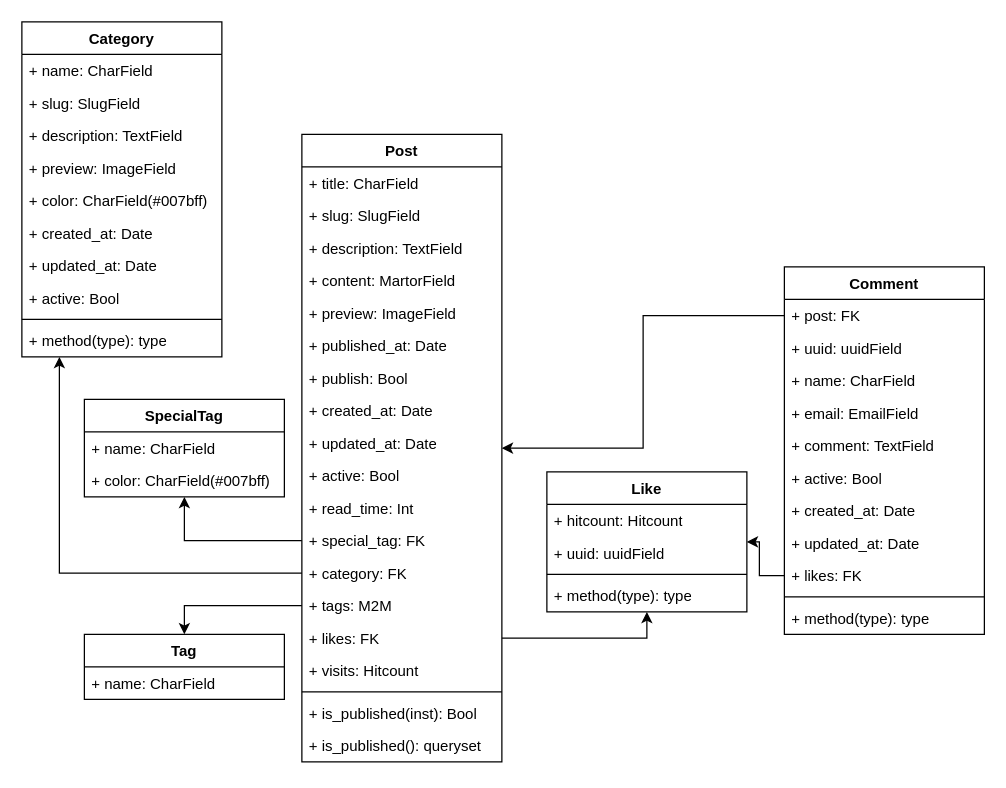
onderpala/blog01 keeps this draw.io diagram as Başlıksız Diyagram.drawio. Above is the earlier version. Source tidied: cells renumbered, new cells numbered last; positions are measured from the earlier drawing's top-left corner, leaving out a move shared by most shapes. Both pictures are drawn from the tidied source at 125%, with x=0, y=0 at pixel (21, 21).
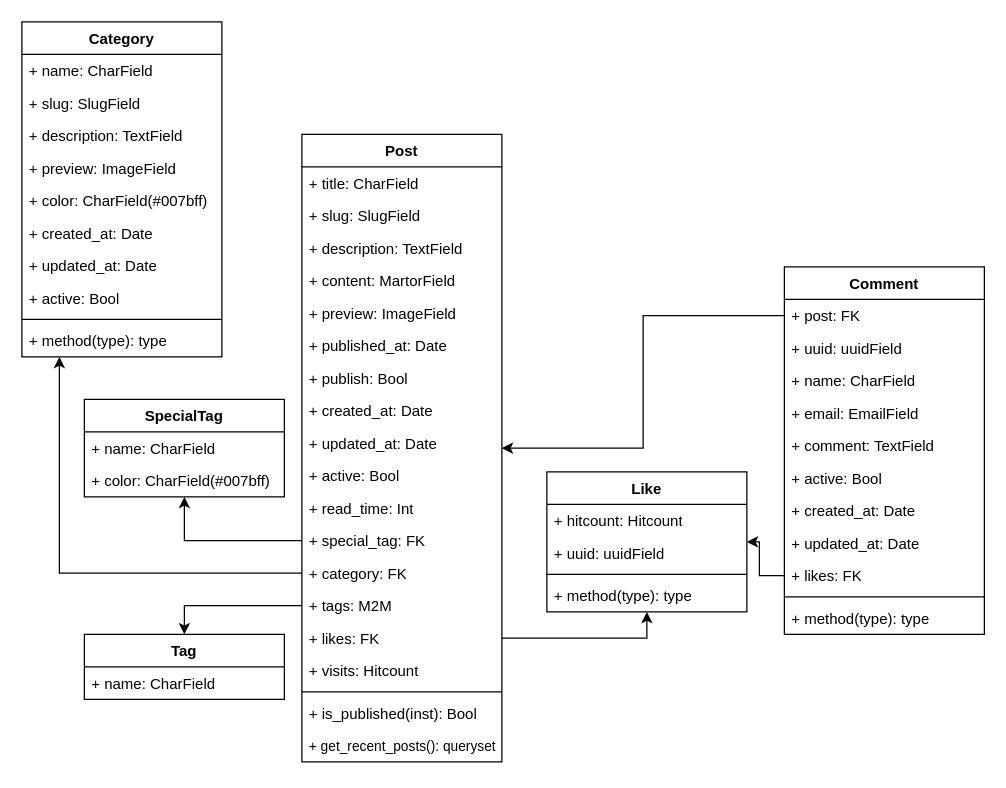
Above is the later version.

The change refers to these unchanged cells:
```xml
<mxCell id="35" value="Post" style="swimlane;fontStyle=1;align=center;verticalAlign=top;horizontal=1;startSize=26;whiteSpace=wrap;html=1;" parent="1" vertex="1">
  <mxGeometry x="224" y="90" width="160" height="502" as="geometry" />
</mxCell>
```

Diff of the diagram source:
```diff
@@
-    <mxCell id="54" value="+ is_published(): queryset" style="text;strokeColor=none;fillColor=none;align=left;verticalAlign=top;spacingLeft=4;spacingRight=4;overflow=hidden;whiteSpace=wrap;html=1;" parent="35" vertex="1">
+    <mxCell id="54" value="&lt;font style=&quot;font-size: 11px;&quot;&gt;+ get_recent_posts(): queryset&lt;/font&gt;" style="text;strokeColor=none;fillColor=none;align=left;verticalAlign=top;spacingLeft=4;spacingRight=4;overflow=hidden;whiteSpace=wrap;html=1;" parent="35" vertex="1">
       <mxGeometry y="476" width="160" height="26" as="geometry" />
     </mxCell>
```
